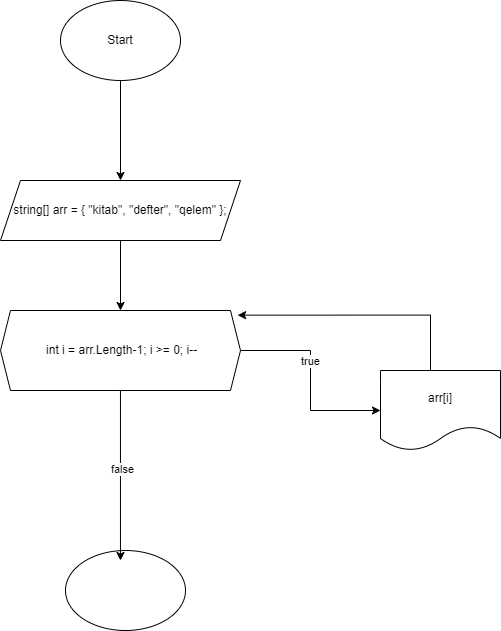
The draw.io diagram flowcharts/array3.drawio.png in FuadMemmedov/Array, before a commit. Source tidied: cells renumbered, new cells last; positions are measured from the earlier drawing's top-left corner, leaving out a move shared by most shapes.
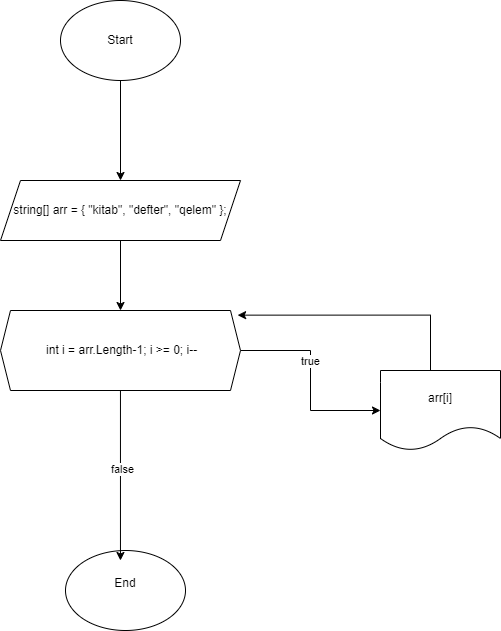
The same file after the commit.

The edit, as a diff of the source:
```diff
@@ -26,7 +26,7 @@
     <mxCell id="9" value="arr[i]" style="shape=document;whiteSpace=wrap;html=1;boundedLbl=1;" parent="1" vertex="1">
       <mxGeometry x="380" y="370" width="120" height="80" as="geometry" />
     </mxCell>
-    <mxCell id="10" style="ellipse;whiteSpace=wrap;html=1;" parent="1" vertex="1">
+    <mxCell id="10" value="End&lt;div&gt;&lt;br&gt;&lt;/div&gt;" style="ellipse;whiteSpace=wrap;html=1;" parent="1" vertex="1">
       <mxGeometry x="65" y="550" width="120" height="80" as="geometry" />
     </mxCell>
     <mxCell id="11" style="edgeStyle=orthogonalEdgeStyle;rounded=0;jettySize=auto;html=1;entryX=0.458;entryY=0.125;entryDx=0;entryDy=0;entryPerimeter=0;" parent="1" edge="1" source="8" target="10">
```
